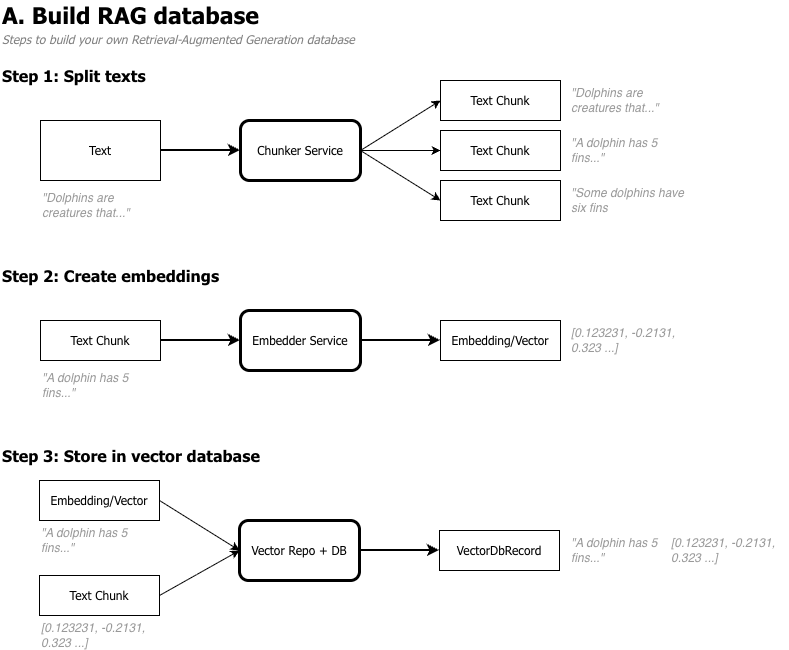
The draw.io diagram docs/a-build-rag.png in tonsnoei/custom-rag, before a commit. Source tidied: cells renumbered, new cells last; positions are measured from the earlier drawing's top-left corner, leaving out a move shared by most shapes.
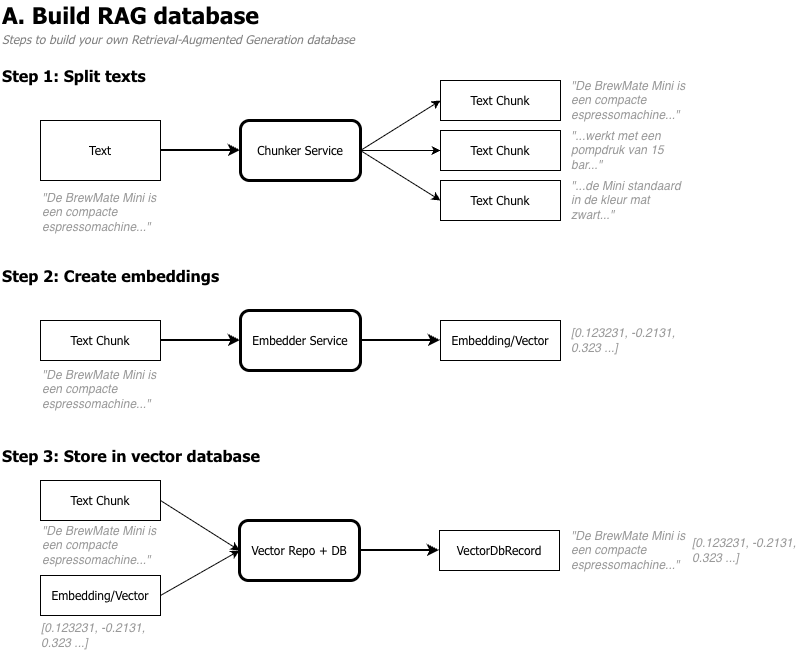
After the change.

Change to the diagram source:
```diff
@@ -54,13 +54,13 @@
       <mxGeometry relative="1" as="geometry" />
     </mxCell>
     <mxCell id="19" value="Text Chunk" style="rounded=0;whiteSpace=wrap;html=1;fontFamily=Tahoma;" parent="1" vertex="1">
-      <mxGeometry x="39" y="575" width="120" height="40" as="geometry" />
+      <mxGeometry x="40" y="480" width="120" height="40" as="geometry" />
     </mxCell>
     <mxCell id="20" style="edgeStyle=none;rounded=0;jettySize=auto;html=1;exitX=1;exitY=0.5;exitDx=0;exitDy=0;entryX=0;entryY=0.5;entryDx=0;entryDy=0;fontFamily=Tahoma;" parent="1" edge="1" source="21" target="17">
       <mxGeometry relative="1" as="geometry" />
     </mxCell>
     <mxCell id="21" value="Embedding/Vector" style="rounded=0;whiteSpace=wrap;html=1;fontFamily=Tahoma;" parent="1" vertex="1">
-      <mxGeometry x="39" y="480" width="120" height="40" as="geometry" />
+      <mxGeometry x="40" y="575" width="120" height="40" as="geometry" />
     </mxCell>
     <mxCell id="22" value="VectorDbRecord" style="rounded=0;whiteSpace=wrap;html=1;fontFamily=Tahoma;" parent="1" vertex="1">
       <mxGeometry x="439" y="530" width="120" height="40" as="geometry" />
@@ -80,35 +80,35 @@
     <mxCell id="27" value="Step 3: Store in vector database" style="text;html=1;whiteSpace=wrap;strokeColor=none;fillColor=none;align=left;verticalAlign=middle;rounded=0;fontFamily=Tahoma;fontSize=16;fontStyle=1;" parent="1" vertex="1">
       <mxGeometry y="440" width="300" height="30" as="geometry" />
     </mxCell>
-    <mxCell id="28" value="&lt;i&gt;&quot;Dolphins are creatures that...&quot;&lt;/i&gt;" style="text;html=1;whiteSpace=wrap;strokeColor=none;fillColor=none;align=left;verticalAlign=middle;rounded=0;fontColor=#999999;" parent="1" vertex="1">
-      <mxGeometry x="40" y="190" width="120" height="30" as="geometry" />
+    <mxCell id="28" value="&lt;i&gt;&quot;De BrewMate Mini is een compacte espressomachine...&quot;&lt;/i&gt;" style="text;html=1;whiteSpace=wrap;strokeColor=none;fillColor=none;align=left;verticalAlign=middle;rounded=0;fontColor=#999999;" parent="1" vertex="1">
+      <mxGeometry x="40" y="197" width="120" height="30" as="geometry" />
     </mxCell>
-    <mxCell id="29" value="&lt;i&gt;&quot;A dolphin has 5 fins...&quot;&lt;/i&gt;" style="text;html=1;whiteSpace=wrap;strokeColor=none;fillColor=none;align=left;verticalAlign=middle;rounded=0;fontColor=#999999;" parent="1" vertex="1">
+    <mxCell id="29" value="&lt;i&gt;&quot;...werkt met een pompdruk van 15 bar...&quot;&lt;/i&gt;" style="text;html=1;whiteSpace=wrap;strokeColor=none;fillColor=none;align=left;verticalAlign=middle;rounded=0;fontColor=#999999;" parent="1" vertex="1">
       <mxGeometry x="569" y="135" width="120" height="30" as="geometry" />
     </mxCell>
-    <mxCell id="30" value="&lt;i&gt;&quot;Some dolphins have six fins&lt;/i&gt;" style="text;html=1;whiteSpace=wrap;strokeColor=none;fillColor=none;align=left;verticalAlign=middle;rounded=0;fontColor=#999999;" parent="1" vertex="1">
+    <mxCell id="30" value="&lt;i&gt;&quot;...de Mini standaard in de kleur mat zwart...&quot;&lt;/i&gt;" style="text;html=1;whiteSpace=wrap;strokeColor=none;fillColor=none;align=left;verticalAlign=middle;rounded=0;fontColor=#999999;" parent="1" vertex="1">
       <mxGeometry x="569" y="185" width="120" height="30" as="geometry" />
     </mxCell>
-    <mxCell id="31" value="&lt;i&gt;&quot;A dolphin has 5 fins...&quot;&lt;/i&gt;" style="text;html=1;whiteSpace=wrap;strokeColor=none;fillColor=none;align=left;verticalAlign=middle;rounded=0;fontColor=#999999;" parent="1" vertex="1">
-      <mxGeometry x="40" y="370" width="120" height="30" as="geometry" />
+    <mxCell id="31" value="&lt;i&gt;[0.123231, -0.2131, 0.323 ...]&lt;/i&gt;" style="text;html=1;whiteSpace=wrap;strokeColor=none;fillColor=none;align=left;verticalAlign=middle;rounded=0;fontColor=#999999;" parent="1" vertex="1">
+      <mxGeometry x="569" y="325" width="120" height="30" as="geometry" />
     </mxCell>
     <mxCell id="32" value="&lt;i&gt;[0.123231, -0.2131, 0.323 ...]&lt;/i&gt;" style="text;html=1;whiteSpace=wrap;strokeColor=none;fillColor=none;align=left;verticalAlign=middle;rounded=0;fontColor=#999999;" parent="1" vertex="1">
-      <mxGeometry x="569" y="325" width="120" height="30" as="geometry" />
+      <mxGeometry x="39" y="620" width="120" height="30" as="geometry" />
     </mxCell>
     <mxCell id="33" value="&lt;i&gt;[0.123231, -0.2131, 0.323 ...]&lt;/i&gt;" style="text;html=1;whiteSpace=wrap;strokeColor=none;fillColor=none;align=left;verticalAlign=middle;rounded=0;fontColor=#999999;" parent="1" vertex="1">
-      <mxGeometry x="39" y="620" width="120" height="30" as="geometry" />
+      <mxGeometry x="690" y="535" width="120" height="30" as="geometry" />
     </mxCell>
-    <mxCell id="34" value="&lt;i&gt;&quot;A dolphin has 5 fins...&quot;&lt;/i&gt;" style="text;html=1;whiteSpace=wrap;strokeColor=none;fillColor=none;align=left;verticalAlign=middle;rounded=0;fontColor=#999999;" parent="1" vertex="1">
-      <mxGeometry x="39" y="525" width="120" height="30" as="geometry" />
+    <mxCell id="34" value="&lt;i&gt;&quot;De BrewMate Mini is een compacte espressomachine...&quot;&lt;/i&gt;" style="text;html=1;whiteSpace=wrap;strokeColor=none;fillColor=none;align=left;verticalAlign=middle;rounded=0;fontColor=#999999;" parent="1" vertex="1">
+      <mxGeometry x="569" y="85" width="120" height="30" as="geometry" />
     </mxCell>
-    <mxCell id="35" value="&lt;i&gt;&quot;A dolphin has 5 fins...&quot;&lt;/i&gt;" style="text;html=1;whiteSpace=wrap;strokeColor=none;fillColor=none;align=left;verticalAlign=middle;rounded=0;fontColor=#999999;" parent="1" vertex="1">
-      <mxGeometry x="569" y="535" width="120" height="30" as="geometry" />
+    <mxCell id="35" value="&lt;i&gt;&quot;De BrewMate Mini is een compacte espressomachine...&quot;&lt;/i&gt;" style="text;html=1;whiteSpace=wrap;strokeColor=none;fillColor=none;align=left;verticalAlign=middle;rounded=0;fontColor=#999999;" parent="1" vertex="1">
+      <mxGeometry x="40" y="374" width="120" height="30" as="geometry" />
     </mxCell>
-    <mxCell id="36" value="&lt;i&gt;[0.123231, -0.2131, 0.323 ...]&lt;/i&gt;" style="text;html=1;whiteSpace=wrap;strokeColor=none;fillColor=none;align=left;verticalAlign=middle;rounded=0;fontColor=#999999;" parent="1" vertex="1">
-      <mxGeometry x="669" y="535" width="120" height="30" as="geometry" />
+    <mxCell id="36" value="&lt;i&gt;&quot;De BrewMate Mini is een compacte espressomachine...&quot;&lt;/i&gt;" style="text;html=1;whiteSpace=wrap;strokeColor=none;fillColor=none;align=left;verticalAlign=middle;rounded=0;fontColor=#999999;" parent="1" vertex="1">
+      <mxGeometry x="40" y="530" width="120" height="30" as="geometry" />
     </mxCell>
-    <mxCell id="37" value="&lt;i&gt;&quot;Dolphins are creatures that...&quot;&lt;/i&gt;" style="text;html=1;whiteSpace=wrap;strokeColor=none;fillColor=none;align=left;verticalAlign=middle;rounded=0;fontColor=#999999;" parent="1" vertex="1">
-      <mxGeometry x="569" y="85" width="120" height="30" as="geometry" />
+    <mxCell id="37" value="&lt;i&gt;&quot;De BrewMate Mini is een compacte espressomachine...&quot;&lt;/i&gt;" style="text;html=1;whiteSpace=wrap;strokeColor=none;fillColor=none;align=left;verticalAlign=middle;rounded=0;fontColor=#999999;" parent="1" vertex="1">
+      <mxGeometry x="569" y="535" width="120" height="30" as="geometry" />
     </mxCell>
   </root>
 </mxGraphModel>
```
